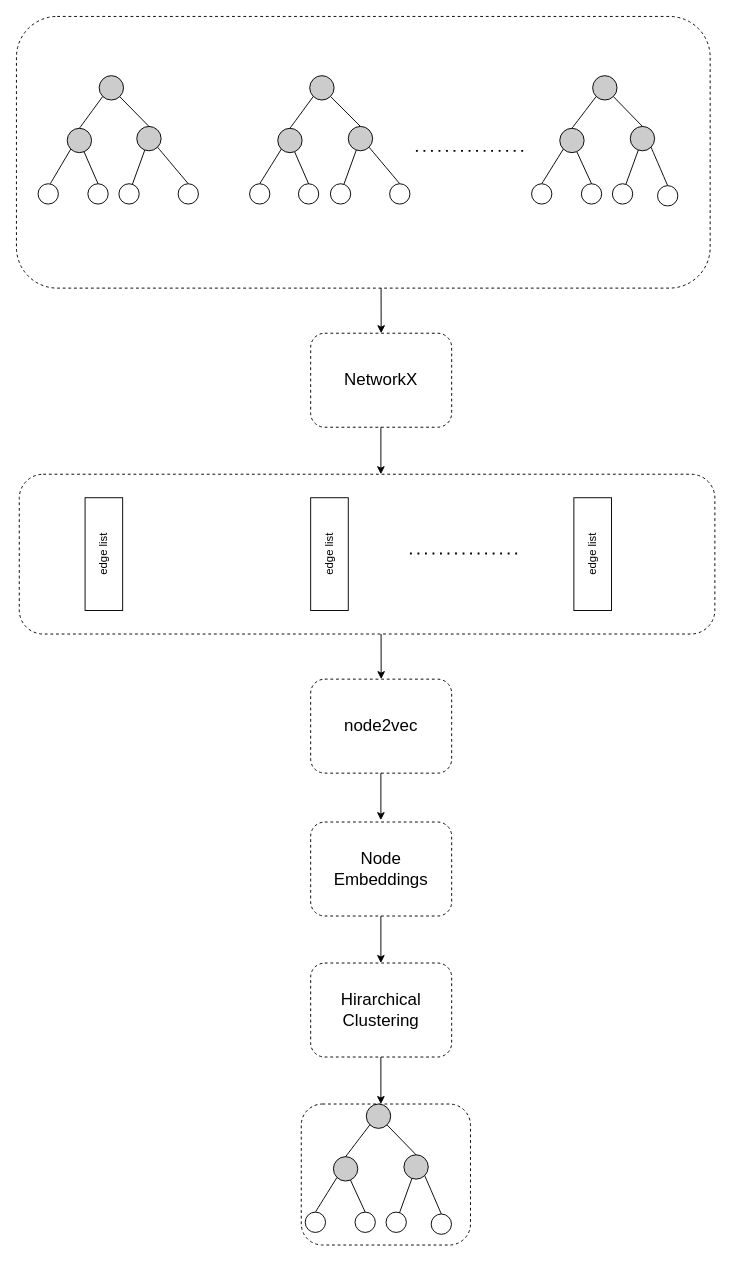
Earlier version of the draw.io diagram page "Page-2" (1 of 2) of img/Diagram.drawio (habibsifat/ConsensusTree). Source tidied: cells renumbered, new cells numbered last; positions are measured from the earlier drawing's top-left corner, leaving out a move shared by most shapes. Both pictures are drawn from the tidied source at 94%, with x=0, y=0 at pixel (16, 16).
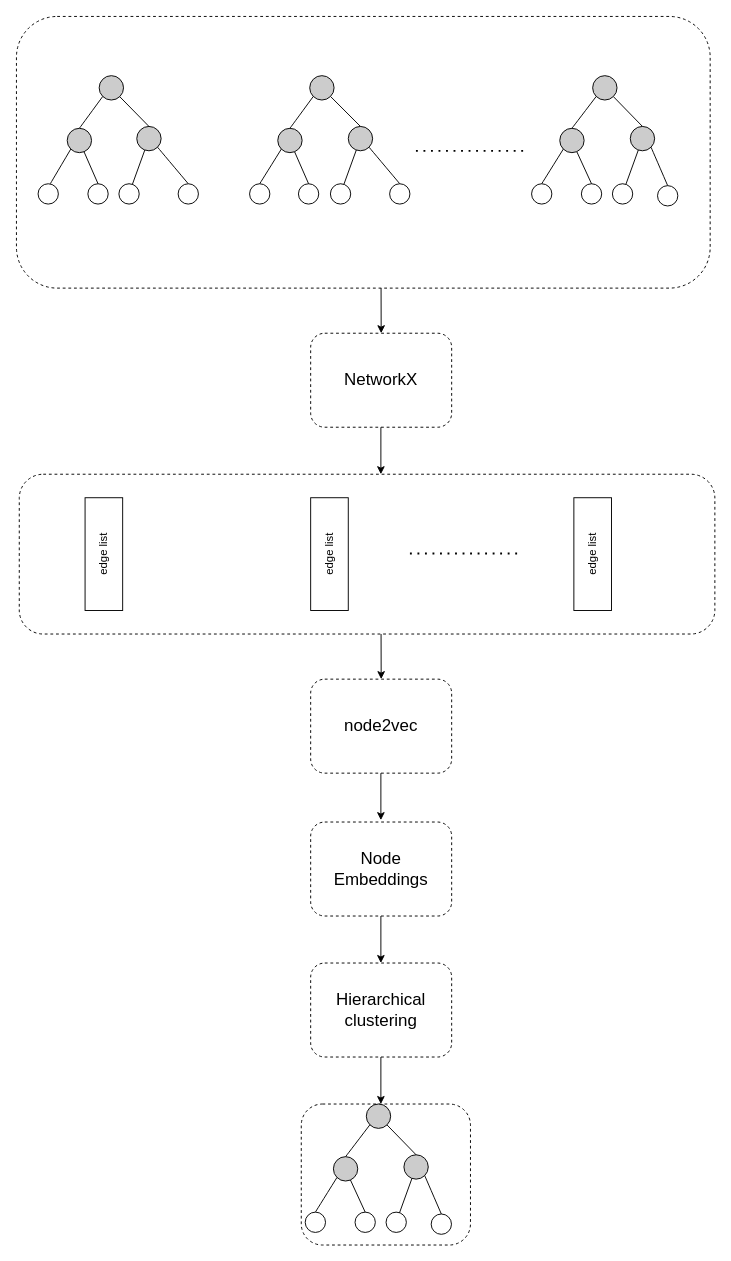
The same diagram, later.

Diff of the diagram source:
```diff
@@
-    <mxCell id="70" value="&lt;font style=&quot;font-size: 18px;&quot;&gt;Hirarchical Clustering&lt;/font&gt;" style="rounded=1;whiteSpace=wrap;html=1;dashed=1;" parent="1" vertex="1">
+    <mxCell id="70" value="&lt;font style=&quot;font-size: 18px;&quot;&gt;Hierarchical clustering&lt;/font&gt;" style="rounded=1;whiteSpace=wrap;html=1;dashed=1;" parent="1" vertex="1">
       <mxGeometry x="313" y="1007" width="150" height="100" as="geometry" />
     </mxCell>
```
